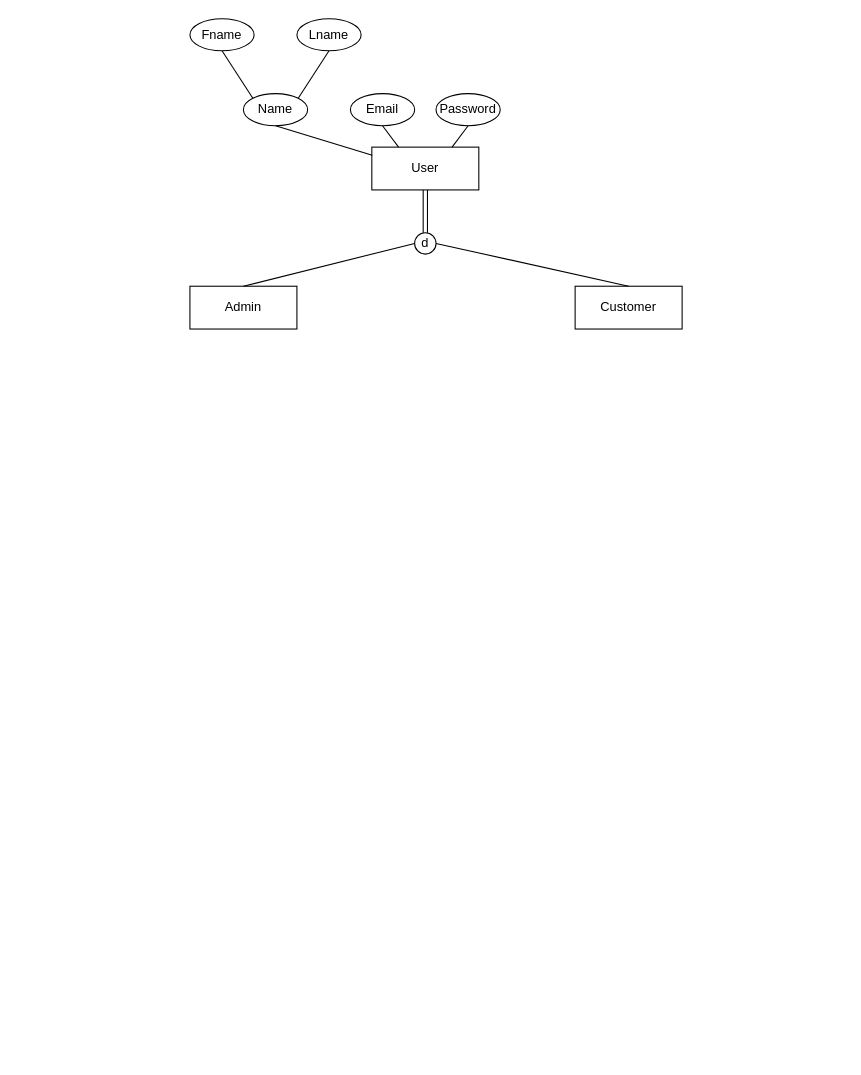
This is ERD.drawio from AliveTube/Train-Booking-App, a draw.io file, before an edit. Source tidied: cells renumbered, new cells numbered last; positions are measured from the earlier drawing's top-left corner, leaving out a move shared by most shapes. Both pictures are drawn from the tidied source at 107%, with x=0, y=0 at pixel (189, 18).
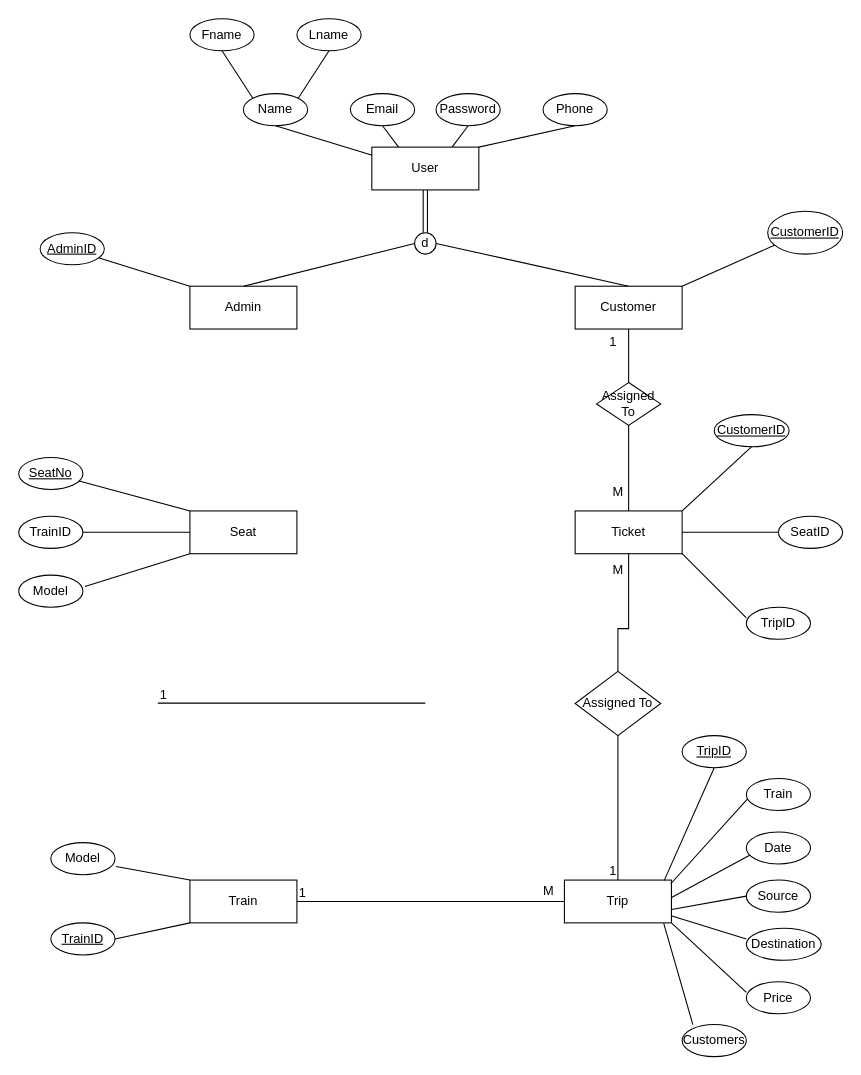
After the change.

Commit message:
امين الجن

The change refers to these unchanged cells:
```xml
<mxCell id="2" value="User" style="whiteSpace=wrap;html=1;align=center;" parent="1" vertex="1">
  <mxGeometry x="170" y="120" width="100" height="40" as="geometry" />
</mxCell>
<mxCell id="4" value="Customer" style="whiteSpace=wrap;html=1;align=center;" parent="1" vertex="1">
  <mxGeometry x="360" y="250" width="100" height="40" as="geometry" />
</mxCell>
```

Change to the diagram source:
```diff
@@
+    <mxCell id="20" value="Train" style="whiteSpace=wrap;html=1;align=center;" parent="1" vertex="1">
+      <mxGeometry y="805" width="100" height="40" as="geometry" />
+    </mxCell>
+    <mxCell id="21" value="Trip" style="whiteSpace=wrap;html=1;align=center;" parent="1" vertex="1">
+      <mxGeometry x="350" y="805" width="100" height="40" as="geometry" />
+    </mxCell>
+    <mxCell id="22" style="endArrow=none;html=1;rounded=0;entryX=0.5;entryY=1;entryDx=0;entryDy=0;exitX=0.004;exitY=0.19;exitDx=0;exitDy=0;exitPerimeter=0;" parent="1" edge="1">
+      <mxGeometry relative="1" as="geometry">
+        <mxPoint y="250" as="sourcePoint" />
+        <mxPoint x="-90" y="222" as="targetPoint" />
+      </mxGeometry>
+    </mxCell>
+    <mxCell id="23" style="endArrow=none;html=1;rounded=0;entryX=0.5;entryY=1;entryDx=0;entryDy=0;" parent="1" edge="1">
+      <mxGeometry relative="1" as="geometry">
+        <mxPoint x="550" y="210" as="sourcePoint" />
+        <mxPoint x="460" y="250" as="targetPoint" />
+      </mxGeometry>
+    </mxCell>
+    <mxCell id="24" value="&lt;u&gt;AdminID&lt;/u&gt;" style="ellipse;whiteSpace=wrap;html=1;" parent="1" vertex="1">
+      <mxGeometry x="-140" y="200" width="60" height="30" as="geometry" />
+    </mxCell>
+    <mxCell id="25" value="&lt;u&gt;CustomerID&lt;/u&gt;" style="ellipse;whiteSpace=wrap;html=1;" parent="1" vertex="1">
+      <mxGeometry x="540" y="180" width="70" height="40" as="geometry" />
+    </mxCell>
+    <mxCell id="26" style="endArrow=none;html=1;rounded=0;exitX=0;exitY=0;exitDx=0;exitDy=0;entryX=1.017;entryY=0.742;entryDx=0;entryDy=0;entryPerimeter=0;" parent="1" edge="1" source="20" target="28">
+      <mxGeometry relative="1" as="geometry" />
+    </mxCell>
+    <mxCell id="27" style="endArrow=none;html=1;rounded=0;entryX=0;entryY=1;entryDx=0;entryDy=0;exitX=1;exitY=0.5;exitDx=0;exitDy=0;" parent="1" edge="1" source="29" target="20">
+      <mxGeometry relative="1" as="geometry" />
+    </mxCell>
+    <mxCell id="28" value="Model" style="ellipse;whiteSpace=wrap;html=1;" parent="1" vertex="1">
+      <mxGeometry x="-130" y="770" width="60" height="30" as="geometry" />
+    </mxCell>
+    <mxCell id="29" value="&lt;u&gt;TrainID&lt;/u&gt;" style="ellipse;whiteSpace=wrap;html=1;" parent="1" vertex="1">
+      <mxGeometry x="-130" y="845" width="60" height="30" as="geometry" />
+    </mxCell>
+    <mxCell id="30" value="Seat" style="whiteSpace=wrap;html=1;align=center;" parent="1" vertex="1">
+      <mxGeometry y="460" width="100" height="40" as="geometry" />
+    </mxCell>
+    <mxCell id="31" value="Ticket" style="whiteSpace=wrap;html=1;align=center;" parent="1" vertex="1">
+      <mxGeometry x="360" y="460" width="100" height="40" as="geometry" />
+    </mxCell>
+    <mxCell id="32" value="&lt;u&gt;CustomerID&lt;/u&gt;" style="ellipse;whiteSpace=wrap;html=1;" parent="1" vertex="1">
+      <mxGeometry x="490" y="370" width="70" height="30" as="geometry" />
+    </mxCell>
+    <mxCell id="33" value="SeatID" style="ellipse;whiteSpace=wrap;html=1;" parent="1" vertex="1">
+      <mxGeometry x="550" y="465" width="60" height="30" as="geometry" />
+    </mxCell>
+    <mxCell id="34" value="TripID" style="ellipse;whiteSpace=wrap;html=1;" parent="1" vertex="1">
+      <mxGeometry x="520" y="550" width="60" height="30" as="geometry" />
+    </mxCell>
+    <mxCell id="35" style="endArrow=none;html=1;rounded=0;entryX=0.5;entryY=1;entryDx=0;entryDy=0;exitX=0.5;exitY=1;exitDx=0;exitDy=0;" parent="1" edge="1" source="32">
+      <mxGeometry relative="1" as="geometry">
+        <mxPoint x="460" y="460" as="targetPoint" />
+      </mxGeometry>
+    </mxCell>
+    <mxCell id="36" value="&lt;u&gt;SeatNo&lt;/u&gt;" style="ellipse;whiteSpace=wrap;html=1;" parent="1" vertex="1">
+      <mxGeometry x="-160" y="410" width="60" height="30" as="geometry" />
+    </mxCell>
+    <mxCell id="37" style="endArrow=none;html=1;rounded=0;exitX=1;exitY=0.5;exitDx=0;exitDy=0;" parent="1" edge="1" source="31">
+      <mxGeometry relative="1" as="geometry">
+        <mxPoint x="550" y="480" as="targetPoint" />
+      </mxGeometry>
+    </mxCell>
+    <mxCell id="38" style="endArrow=none;html=1;rounded=0;entryX=0.5;entryY=1;entryDx=0;entryDy=0;exitX=0.004;exitY=0.19;exitDx=0;exitDy=0;exitPerimeter=0;" parent="1" edge="1">
+      <mxGeometry relative="1" as="geometry">
+        <mxPoint x="520" y="560" as="sourcePoint" />
+        <mxPoint x="460" y="500" as="targetPoint" />
+      </mxGeometry>
+    </mxCell>
+    <mxCell id="39" value="TrainID" style="ellipse;whiteSpace=wrap;html=1;" parent="1" vertex="1">
+      <mxGeometry x="-160" y="465" width="60" height="30" as="geometry" />
+    </mxCell>
+    <mxCell id="40" value="Model" style="ellipse;whiteSpace=wrap;html=1;" parent="1" vertex="1">
+      <mxGeometry x="-160" y="520" width="60" height="30" as="geometry" />
+    </mxCell>
+    <mxCell id="41" style="endArrow=none;html=1;rounded=0;exitX=0;exitY=0;exitDx=0;exitDy=0;" parent="1" edge="1" source="30" target="36">
+      <mxGeometry relative="1" as="geometry" />
+    </mxCell>
+    <mxCell id="42" style="endArrow=none;html=1;rounded=0;exitX=0;exitY=0.5;exitDx=0;exitDy=0;entryX=1;entryY=0.5;entryDx=0;entryDy=0;" parent="1" edge="1" source="30" target="39">
+      <mxGeometry relative="1" as="geometry" />
+    </mxCell>
+    <mxCell id="43" style="endArrow=none;html=1;rounded=0;exitX=0;exitY=1;exitDx=0;exitDy=0;entryX=1.031;entryY=0.353;entryDx=0;entryDy=0;entryPerimeter=0;" parent="1" edge="1" source="30" target="40">
+      <mxGeometry relative="1" as="geometry" />
+    </mxCell>
+    <mxCell id="44" value="Phone" style="ellipse;whiteSpace=wrap;html=1;" parent="1" vertex="1">
+      <mxGeometry x="330" y="70" width="60" height="30" as="geometry" />
+    </mxCell>
+    <mxCell id="45" style="endArrow=none;html=1;rounded=0;entryX=0.5;entryY=1;entryDx=0;entryDy=0;exitX=1;exitY=0;exitDx=0;exitDy=0;" parent="1" edge="1" source="2" target="44">
+      <mxGeometry relative="1" as="geometry" />
+    </mxCell>
+    <mxCell id="46" value="&lt;u&gt;TripID&lt;/u&gt;" style="ellipse;whiteSpace=wrap;html=1;" parent="1" vertex="1">
+      <mxGeometry x="460" y="670" width="60" height="30" as="geometry" />
+    </mxCell>
+    <mxCell id="47" value="Train" style="ellipse;whiteSpace=wrap;html=1;" parent="1" vertex="1">
+      <mxGeometry x="520" y="710" width="60" height="30" as="geometry" />
+    </mxCell>
+    <mxCell id="48" value="Date" style="ellipse;whiteSpace=wrap;html=1;" parent="1" vertex="1">
+      <mxGeometry x="520" y="760" width="60" height="30" as="geometry" />
+    </mxCell>
+    <mxCell id="49" value="Source" style="ellipse;whiteSpace=wrap;html=1;" parent="1" vertex="1">
+      <mxGeometry x="520" y="805" width="60" height="30" as="geometry" />
+    </mxCell>
+    <mxCell id="50" value="Destination" style="ellipse;whiteSpace=wrap;html=1;" parent="1" vertex="1">
+      <mxGeometry x="520" y="850" width="70" height="30" as="geometry" />
+    </mxCell>
+    <mxCell id="51" value="Price" style="ellipse;whiteSpace=wrap;html=1;" parent="1" vertex="1">
+      <mxGeometry x="520" y="900" width="60" height="30" as="geometry" />
+    </mxCell>
+    <mxCell id="52" value="Customers" style="ellipse;whiteSpace=wrap;html=1;" parent="1" vertex="1">
+      <mxGeometry x="460" y="940" width="60" height="30" as="geometry" />
+    </mxCell>
+    <mxCell id="53" style="endArrow=none;html=1;rounded=0;entryX=0.5;entryY=1;entryDx=0;entryDy=0;exitX=0.932;exitY=0.013;exitDx=0;exitDy=0;exitPerimeter=0;" parent="1" edge="1" source="21" target="46">
+      <mxGeometry relative="1" as="geometry" />
+    </mxCell>
+    <mxCell id="54" style="endArrow=none;html=1;rounded=0;entryX=0.023;entryY=0.627;entryDx=0;entryDy=0;exitX=0.994;exitY=0.086;exitDx=0;exitDy=0;exitPerimeter=0;entryPerimeter=0;" parent="1" edge="1" source="21" target="47">
+      <mxGeometry relative="1" as="geometry" />
+    </mxCell>
+    <mxCell id="55" style="endArrow=none;html=1;rounded=0;entryX=0.059;entryY=0.718;entryDx=0;entryDy=0;exitX=0.997;exitY=0.413;exitDx=0;exitDy=0;exitPerimeter=0;entryPerimeter=0;" parent="1" edge="1" source="21" target="48">
+      <mxGeometry relative="1" as="geometry" />
+    </mxCell>
+    <mxCell id="56" style="endArrow=none;html=1;rounded=0;entryX=0;entryY=0.5;entryDx=0;entryDy=0;exitX=1.001;exitY=0.686;exitDx=0;exitDy=0;exitPerimeter=0;" parent="1" edge="1" source="21" target="49">
+      <mxGeometry relative="1" as="geometry" />
+    </mxCell>
+    <mxCell id="57" style="endArrow=none;html=1;rounded=0;entryX=0;entryY=0.333;entryDx=0;entryDy=0;exitX=1.005;exitY=0.84;exitDx=0;exitDy=0;exitPerimeter=0;entryPerimeter=0;" parent="1" edge="1" source="21" target="50">
+      <mxGeometry relative="1" as="geometry" />
+    </mxCell>
+    <mxCell id="58" style="endArrow=none;html=1;rounded=0;entryX=0;entryY=0.333;entryDx=0;entryDy=0;exitX=1;exitY=1;exitDx=0;exitDy=0;entryPerimeter=0;" parent="1" edge="1" source="21" target="51">
+      <mxGeometry relative="1" as="geometry" />
+    </mxCell>
+    <mxCell id="59" style="endArrow=none;html=1;rounded=0;entryX=0.167;entryY=0;entryDx=0;entryDy=0;exitX=0.928;exitY=1.013;exitDx=0;exitDy=0;exitPerimeter=0;entryPerimeter=0;" parent="1" edge="1" source="21" target="52">
+      <mxGeometry relative="1" as="geometry" />
+    </mxCell>
+    <mxCell id="60" style="endArrow=none;html=1;rounded=0;entryX=0.5;entryY=1;entryDx=0;entryDy=0;exitX=0.5;exitY=0;exitDx=0;exitDy=0;" parent="1" edge="1" source="31" target="4">
+      <mxGeometry relative="1" as="geometry" />
+    </mxCell>
+    <mxCell id="61" value="1" style="html=1;whiteSpace=wrap;align=right;verticalAlign=bottom;" parent="60" vertex="1">
+      <mxGeometry x="1" relative="1" as="geometry">
+        <mxPoint x="-10" y="20" as="offset" />
+      </mxGeometry>
+    </mxCell>
+    <mxCell id="62" value="M" style="text;html=1;align=center;verticalAlign=middle;strokeColor=none;fillColor=none;" parent="1" vertex="1">
+      <mxGeometry x="385" y="428" width="30" height="30" as="geometry" />
+    </mxCell>
+    <mxCell id="63" style="endArrow=none;html=1;rounded=0;entryX=0.5;entryY=0;entryDx=0;entryDy=0;exitX=0.5;exitY=1;exitDx=0;exitDy=0;" parent="1" edge="1" source="31" target="21">
+      <mxGeometry relative="1" as="geometry">
+        <Array as="points">
+          <mxPoint x="410" y="570" />
+          <mxPoint x="400" y="570" />
+        </Array>
+      </mxGeometry>
+    </mxCell>
+    <mxCell id="64" value="1" style="html=1;whiteSpace=wrap;align=right;verticalAlign=bottom;" parent="63" vertex="1">
+      <mxGeometry x="1" relative="1" as="geometry" />
+    </mxCell>
+    <mxCell id="65" value="M" style="text;html=1;align=center;verticalAlign=middle;strokeColor=none;fillColor=none;" parent="1" vertex="1">
+      <mxGeometry x="385" y="500" width="30" height="30" as="geometry" />
+    </mxCell>
+    <mxCell id="66" value="M" style="text;html=1;align=center;verticalAlign=middle;strokeColor=none;fillColor=none;" parent="1" vertex="1">
+      <mxGeometry x="320" y="800" width="30" height="30" as="geometry" />
+    </mxCell>
+    <mxCell id="67" value="Assigned To" style="shape=rhombus;perimeter=rhombusPerimeter;whiteSpace=wrap;html=1;align=center;" parent="1" vertex="1">
+      <mxGeometry x="360" y="610" width="80" height="60" as="geometry" />
+    </mxCell>
+    <mxCell id="68" value="Assigned To" style="shape=rhombus;perimeter=rhombusPerimeter;whiteSpace=wrap;html=1;align=center;" parent="1" vertex="1">
+      <mxGeometry x="380" y="340" width="60" height="40" as="geometry" />
+    </mxCell>
+    <mxCell id="69" style="endArrow=none;html=1;rounded=0;entryX=1;entryY=0.5;entryDx=0;entryDy=0;exitX=0;exitY=0.5;exitDx=0;exitDy=0;" parent="1" edge="1" source="21" target="20">
+      <mxGeometry relative="1" as="geometry" />
+    </mxCell>
+    <mxCell id="70" value="1" style="html=1;whiteSpace=wrap;align=right;verticalAlign=bottom;" parent="69" vertex="1">
+      <mxGeometry x="1" relative="1" as="geometry">
+        <mxPoint x="10" as="offset" />
+      </mxGeometry>
+    </mxCell>
+    <mxCell id="71" style="endArrow=none;html=1;rounded=0;entryX=1;entryY=0.5;entryDx=0;entryDy=0;exitX=0;exitY=0.5;exitDx=0;exitDy=0;" parent="1" edge="1">
+      <mxGeometry relative="1" as="geometry">
+        <mxPoint x="220" y="639.6" as="sourcePoint" />
+        <mxPoint x="-30" y="639.6" as="targetPoint" />
+      </mxGeometry>
+    </mxCell>
+    <mxCell id="72" value="1" style="html=1;whiteSpace=wrap;align=right;verticalAlign=bottom;" parent="71" vertex="1">
+      <mxGeometry x="1" relative="1" as="geometry">
+        <mxPoint x="10" as="offset" />
+      </mxGeometry>
+    </mxCell>
```
